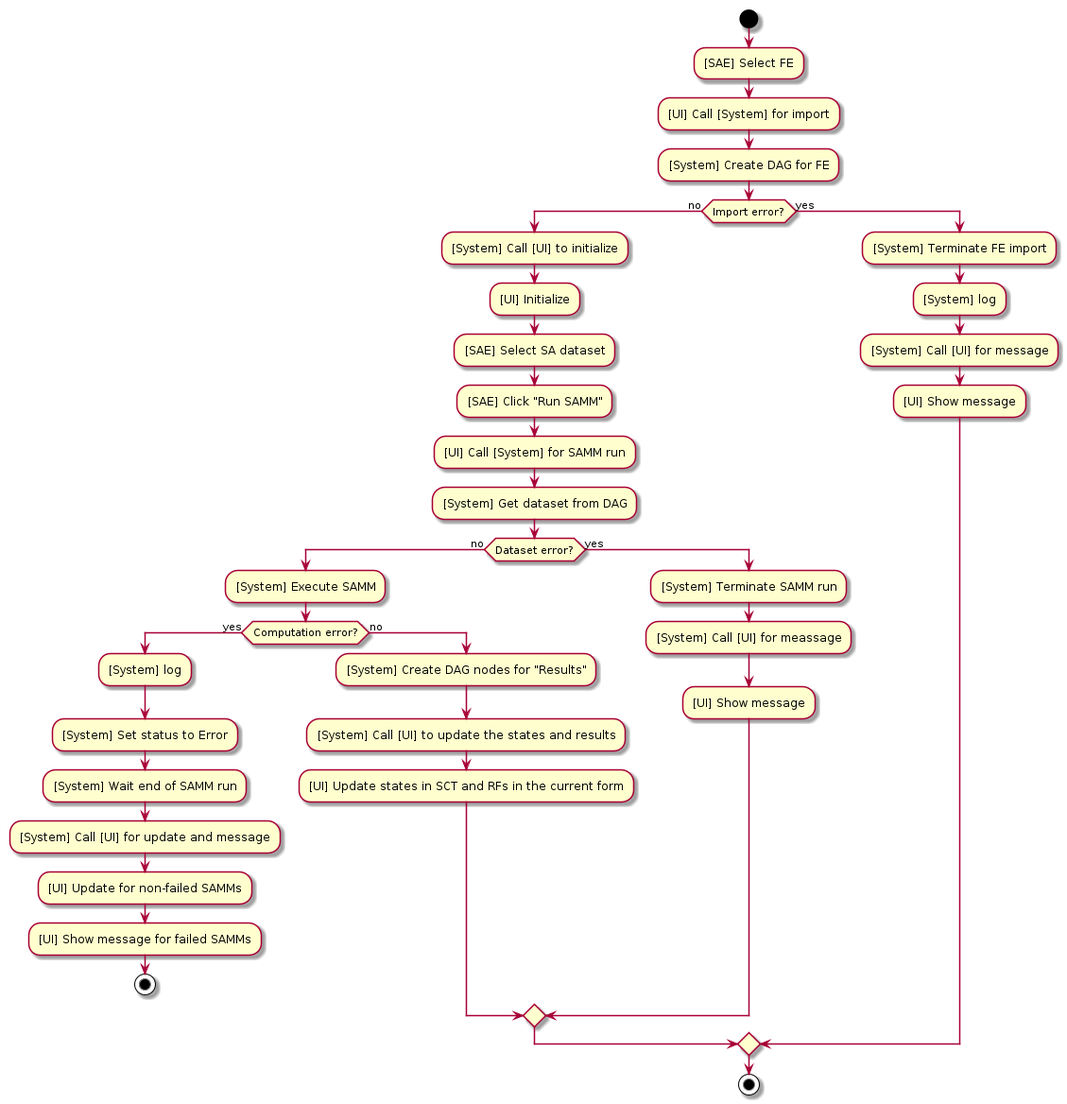
Before: uml/UC_01.png, a diagram exported from PlantUML (BarisAlbayrakIEEE/StructuralAnalysis).
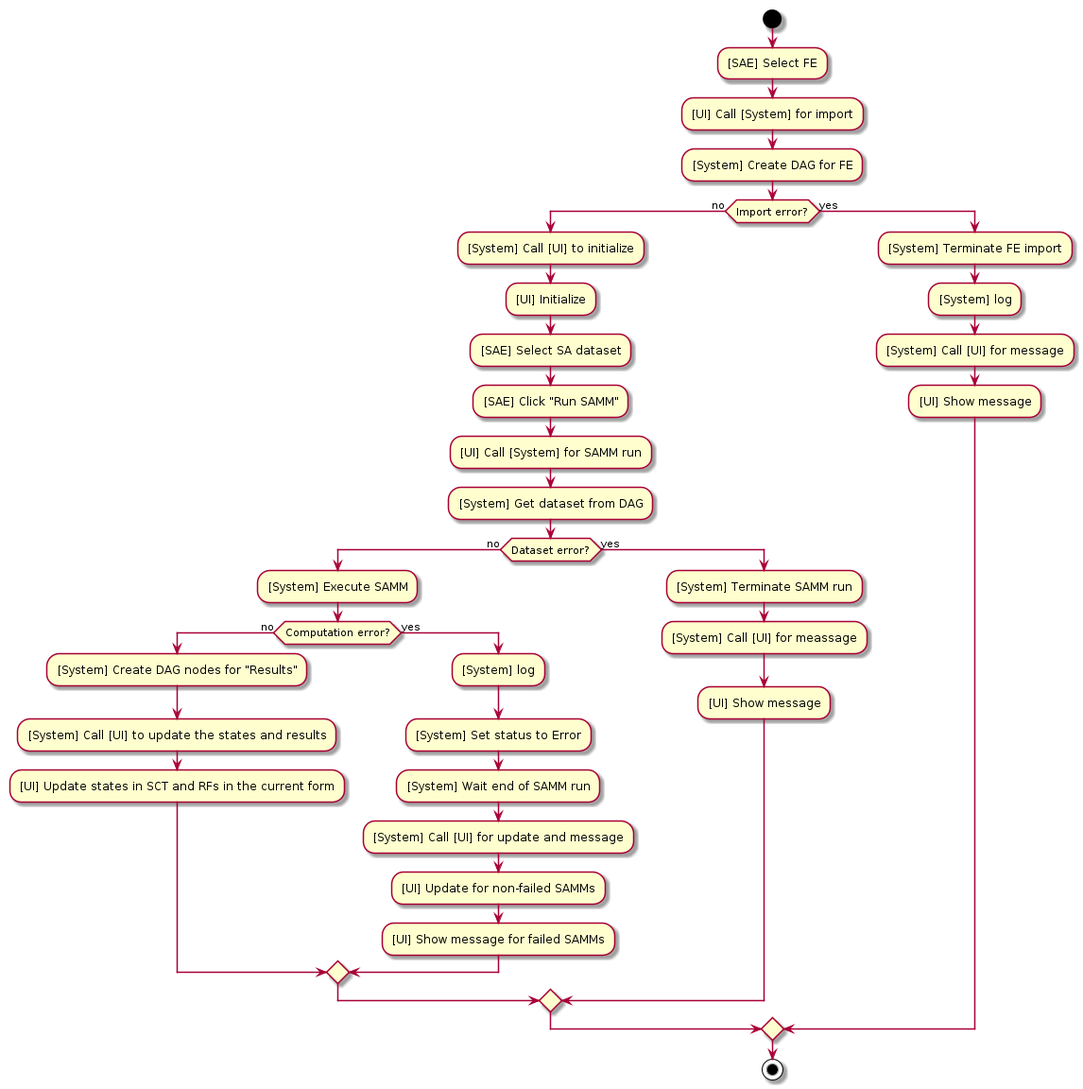
After the change.

What changed in the source:
```diff
@@ -16,18 +16,17 @@
   if (Dataset error?) then (no)
     :[System] Execute SAMM;
 
-    if (Computation error?) then (yes)
+    if (Computation error?) then (no)
+      :[System] Create DAG nodes for "Results";
+      :[System] Call [UI] to update the states and results;
+      :[UI] Update states in SCT and RFs in the current form;
+    else (yes)
       :[System] log;
       :[System] Set status to Error;
       :[System] Wait end of SAMM run;
       :[System] Call [UI] for update and message;
       :[UI] Update for non-failed SAMMs;
       :[UI] Show message for failed SAMMs;
-      stop
-    else (no)
-      :[System] Create DAG nodes for "Results";
-      :[System] Call [UI] to update the states and results;
-      :[UI] Update states in SCT and RFs in the current form;
     endif
   else (yes)
     :[System] Terminate SAMM run;
```
